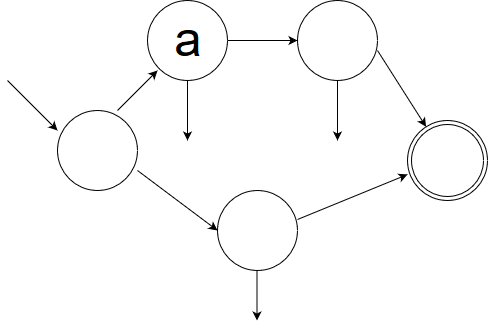
This is imgs/thomson_q.png from JoseIgnacioRetamalThomsen/Thompson-s-construction-, a draw.io export, as it was before one commit. Source tidied: cells renumbered, new cells last; positions are measured from the earlier drawing's top-left corner, leaving out a move shared by most shapes.
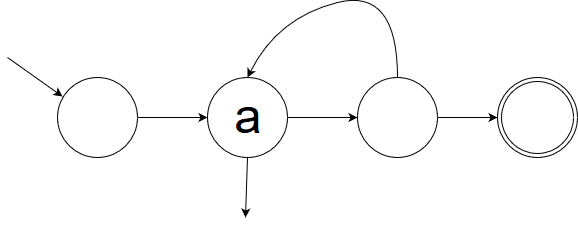
The same file after the commit.

What changed in the source:
```diff
@@ -5,67 +5,45 @@
     <mxCell id="2" value="&lt;font style=&quot;font-size: 49px&quot;&gt;a&lt;/font&gt;" style="ellipse;whiteSpace=wrap;html=1;" parent="1" vertex="1">
       <mxGeometry x="140" width="80" height="80" as="geometry" />
     </mxCell>
+    <mxCell id="16" style="endArrow=classic;html=1;entryX=0;entryY=0.5;entryDx=0;entryDy=0;exitX=1;exitY=0.5;exitDx=0;exitDy=0;" parent="1" edge="1" source="3" target="2">
+      <mxGeometry relative="1" as="geometry" />
+    </mxCell>
+    <mxCell id="17" style="endArrow=classic;html=1;exitX=0.5;exitY=1;exitDx=0;exitDy=0;" parent="1" edge="1" source="2">
+      <mxGeometry relative="1" as="geometry">
+        <mxPoint x="178" y="140" as="targetPoint" />
+      </mxGeometry>
+    </mxCell>
     <mxCell id="3" style="ellipse;whiteSpace=wrap;html=1;" parent="1" vertex="1">
-      <mxGeometry x="50" y="110" width="80" height="80" as="geometry" />
+      <mxGeometry x="-10" width="80" height="80" as="geometry" />
     </mxCell>
+    <mxCell id="18" style="endArrow=classic;html=1;entryX=0.063;entryY=0.238;entryDx=0;entryDy=0;entryPerimeter=0;" parent="1" edge="1" target="3">
+      <mxGeometry relative="1" as="geometry">
+        <mxPoint x="-60" y="-20" as="sourcePoint" />
+      </mxGeometry>
+    </mxCell>
     <mxCell id="4" style="ellipse;whiteSpace=wrap;html=1;" parent="1" vertex="1">
       <mxGeometry x="290" width="80" height="80" as="geometry" />
     </mxCell>
     <mxCell id="5" style="ellipse;shape=doubleEllipse;whiteSpace=wrap;html=1;" parent="1" vertex="1">
-      <mxGeometry x="400" y="120" width="80" height="80" as="geometry" />
+      <mxGeometry x="430" width="80" height="80" as="geometry" />
     </mxCell>
     <mxCell id="6" style="endArrow=classic;html=1;entryX=0;entryY=0.5;entryDx=0;entryDy=0;" parent="1" edge="1" target="4">
       <mxGeometry relative="1" as="geometry">
         <mxPoint x="220" y="40" as="sourcePoint" />
       </mxGeometry>
     </mxCell>
-    <mxCell id="7" style="ellipse;whiteSpace=wrap;html=1;" parent="1" vertex="1">
-      <mxGeometry x="210" y="190" width="80" height="80" as="geometry" />
-    </mxCell>
-    <mxCell id="8" style="endArrow=classic;html=1;" parent="1" edge="1">
-      <mxGeometry relative="1" as="geometry">
-        <mxPoint x="110" y="110" as="sourcePoint" />
-        <mxPoint x="150" y="70" as="targetPoint" />
-      </mxGeometry>
-    </mxCell>
-    <mxCell id="9" style="endArrow=classic;html=1;entryX=0;entryY=0.5;entryDx=0;entryDy=0;" parent="1" edge="1" target="7">
-      <mxGeometry relative="1" as="geometry">
-        <mxPoint x="130" y="170" as="sourcePoint" />
-      </mxGeometry>
-    </mxCell>
-    <mxCell id="10" style="endArrow=classic;html=1;entryX=0;entryY=0.675;entryDx=0;entryDy=0;entryPerimeter=0;exitX=1;exitY=0.363;exitDx=0;exitDy=0;exitPerimeter=0;" parent="1" edge="1" source="7" target="5">
-      <mxGeometry relative="1" as="geometry" />
-    </mxCell>
-    <mxCell id="11" style="endArrow=classic;html=1;" parent="1" edge="1" target="5">
-      <mxGeometry relative="1" as="geometry">
-        <mxPoint x="370" y="50" as="sourcePoint" />
-      </mxGeometry>
-    </mxCell>
-    <mxCell id="12" style="endArrow=classic;html=1;" parent="1" edge="1">
-      <mxGeometry relative="1" as="geometry">
-        <mxPoint x="330" y="80" as="sourcePoint" />
-        <mxPoint x="330" y="140" as="targetPoint" />
-      </mxGeometry>
-    </mxCell>
-    <mxCell id="13" style="endArrow=classic;html=1;" parent="1" edge="1">
-      <mxGeometry relative="1" as="geometry">
-        <mxPoint x="249.5" y="270" as="sourcePoint" />
-        <mxPoint x="249.5" y="320" as="targetPoint" />
-      </mxGeometry>
-    </mxCell>
-    <mxCell id="14" style="endArrow=classic;html=1;" parent="1" edge="1">
-      <mxGeometry relative="1" as="geometry">
-        <mxPoint x="180" y="80" as="sourcePoint" />
-        <mxPoint x="180" y="140" as="targetPoint" />
-      </mxGeometry>
-    </mxCell>
-    <mxCell id="15" style="endArrow=classic;html=1;entryX=0;entryY=0.25;entryDx=0;entryDy=0;entryPerimeter=0;" parent="1" edge="1" target="3">
-      <mxGeometry relative="1" as="geometry">
-        <mxPoint y="80" as="sourcePoint" />
-        <Array as="points">
-          <mxPoint x="30" y="110" />
-        </Array>
-      </mxGeometry>
-    </mxCell>
+    <mxCell id="19" style="curved=1;endArrow=classic;html=1;exitX=0.5;exitY=0;exitDx=0;exitDy=0;entryX=0.5;entryY=0;entryDx=0;entryDy=0;" parent="1" edge="1" source="4" target="2">
+      <mxGeometry relative="1" as="geometry">
+        <Array as="points">
+          <mxPoint x="330" y="-90" />
+          <mxPoint x="210" y="-60" />
+        </Array>
+      </mxGeometry>
+    </mxCell>
+    <mxCell id="20" style="endArrow=classic;html=1;entryX=0;entryY=0.5;entryDx=0;entryDy=0;" parent="1" edge="1" target="5">
+      <mxGeometry relative="1" as="geometry">
+        <mxPoint x="370" y="40" as="sourcePoint" />
+      </mxGeometry>
+    </mxCell>
   </root>
 </mxGraphModel>
```
